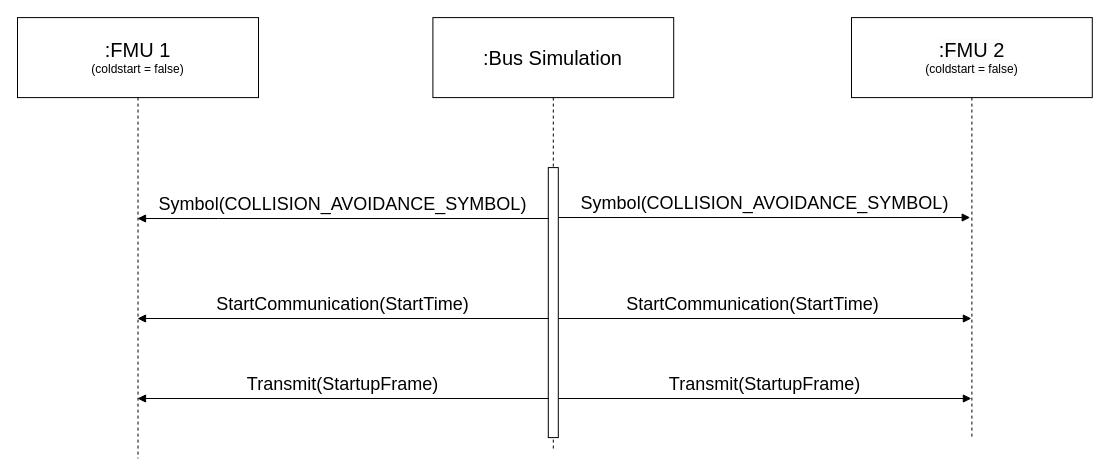
Above: docs/images/flexray_startup_coldstart_emulation.drawio in modelica/fmi-ls-bus (draw.io), before the change. Source tidied: cells renumbered, new cells numbered last; positions are measured from the earlier drawing's top-left corner, leaving out a move shared by most shapes. Both pictures are drawn from the tidied source at 100%, with x=0, y=0 at pixel (17, 17).
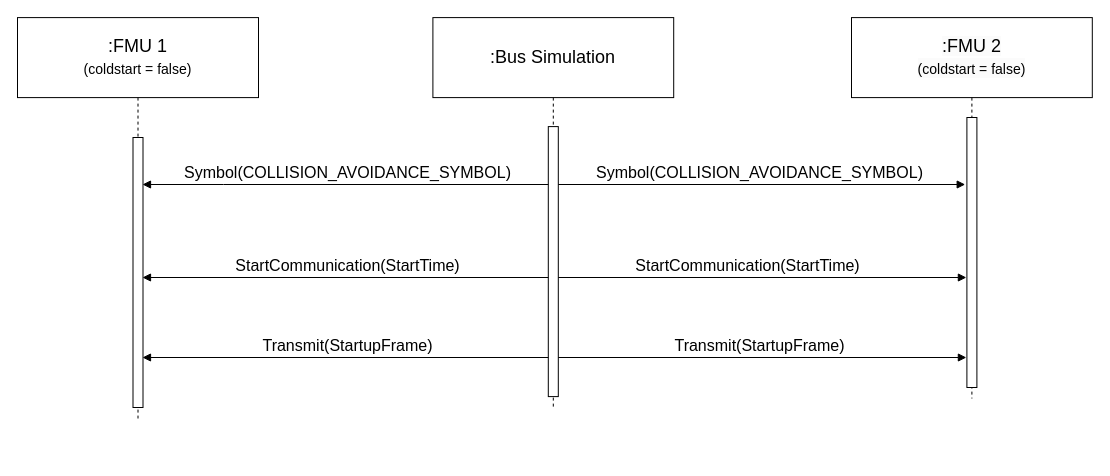
The same page after the edit.

Commit message (it also covers changes not shown here):
Fixing other FlexRay images

Change to the diagram source:
```diff
@@
-    <mxCell id="2" value="&lt;font style=&quot;&quot;&gt;&lt;span style=&quot;font-size: 20px;&quot;&gt;:FMU 1&lt;/span&gt;&lt;br&gt;&lt;font style=&quot;font-size: 12px;&quot;&gt;(coldstart = false)&lt;/font&gt;&lt;br&gt;&lt;/font&gt;" style="shape=umlLifeline;perimeter=lifelinePerimeter;whiteSpace=wrap;html=1;outlineConnect=0;portConstraint=eastwest;newEdgeStyle={&quot;curved&quot;:0,&quot;rounded&quot;:0};size=80;" parent="1" vertex="1">
-      <mxGeometry y="0.1" width="241" height="440.9" as="geometry" />
-    </mxCell>
-    <mxCell id="3" value="&lt;span style=&quot;color: rgb(0, 0, 0); font-family: Helvetica; font-size: 20px; font-style: normal; font-variant-ligatures: normal; font-variant-caps: normal; font-weight: 400; letter-spacing: normal; orphans: 2; text-align: center; text-indent: 0px; text-transform: none; widows: 2; word-spacing: 0px; -webkit-text-stroke-width: 0px; background-color: rgb(251, 251, 251); text-decoration-thickness: initial; text-decoration-style: initial; text-decoration-color: initial; float: none; display: inline !important;&quot;&gt;:FMU 2&lt;/span&gt;&lt;br style=&quot;border-color: var(--border-color); color: rgb(0, 0, 0); font-family: Helvetica; font-size: 20px; font-style: normal; font-variant-ligatures: normal; font-variant-caps: normal; font-weight: 400; letter-spacing: normal; orphans: 2; text-align: center; text-indent: 0px; text-transform: none; widows: 2; word-spacing: 0px; -webkit-text-stroke-width: 0px; background-color: rgb(251, 251, 251); text-decoration-thickness: initial; text-decoration-style: initial; text-decoration-color: initial;&quot;&gt;&lt;span style=&quot;color: rgb(0, 0, 0); font-family: Helvetica; font-style: normal; font-variant-ligatures: normal; font-variant-caps: normal; font-weight: 400; letter-spacing: normal; orphans: 2; text-align: center; text-indent: 0px; text-transform: none; widows: 2; word-spacing: 0px; -webkit-text-stroke-width: 0px; background-color: rgb(251, 251, 251); text-decoration-thickness: initial; text-decoration-style: initial; text-decoration-color: initial; float: none; display: inline !important;&quot;&gt;&lt;font style=&quot;font-size: 12px;&quot;&gt;(coldstart = false)&lt;/font&gt;&lt;/span&gt;" style="shape=umlLifeline;perimeter=lifelinePerimeter;whiteSpace=wrap;html=1;outlineConnect=0;portConstraint=eastwest;newEdgeStyle={&quot;curved&quot;:0,&quot;rounded&quot;:0};size=80;" parent="1" vertex="1">
-      <mxGeometry x="834" y="0.1" width="240.8" height="420.9" as="geometry" />
-    </mxCell>
-    <mxCell id="4" value="&lt;font style=&quot;font-size: 20px;&quot;&gt;:Bus Simulation&lt;/font&gt;" style="shape=umlLifeline;perimeter=lifelinePerimeter;whiteSpace=wrap;html=1;newEdgeStyle={&quot;curved&quot;:0,&quot;rounded&quot;:0};size=80;" parent="1" vertex="1">
-      <mxGeometry x="415.4" y="0.1" width="240.8" height="430.9" as="geometry" />
-    </mxCell>
-    <mxCell id="5" style="ellipse;whiteSpace=wrap;html=1;align=center;fillColor=none;strokeColor=none;perimeter=centerPerimeter;" parent="4" vertex="1">
-      <mxGeometry x="180.5" y="280" width="10" height="10" as="geometry" />
-    </mxCell>
-    <mxCell id="6" style="html=1;points=[[0,0,0,0,5],[0,1,0,0,-5],[1,0,0,0,5],[1,1,0,0,-5]];perimeter=orthogonalPerimeter;outlineConnect=0;targetShapes=umlLifeline;portConstraint=eastwest;newEdgeStyle={&quot;curved&quot;:0,&quot;rounded&quot;:0};fillColor=default;" parent="4" vertex="1">
-      <mxGeometry x="115.4" y="150" width="10" height="270" as="geometry" />
-    </mxCell>
-    <mxCell id="7" value="&lt;font style=&quot;font-size: 18px;&quot;&gt;Symbol(COLLISION_AVOIDANCE_SYMBOL)&lt;/font&gt;" style="html=1;verticalAlign=bottom;endArrow=block;curved=0;rounded=0;" parent="1" edge="1" target="2">
+    <mxCell id="7" value="&lt;font&gt;Symbol(COLLISION_AVOIDANCE_SYMBOL)&lt;/font&gt;" style="html=1;verticalAlign=bottom;endArrow=block;curved=0;rounded=0;fontSize=16;" parent="1" edge="1">
       <mxGeometry relative="1" as="geometry">
-        <mxPoint x="531" y="201" as="sourcePoint" />
+        <mxPoint x="536" y="167" as="sourcePoint" />
+        <mxPoint x="125" y="167" as="targetPoint" />
         <Array as="points">
-          <mxPoint x="201" y="201" />
+          <mxPoint x="206" y="167" />
         </Array>
       </mxGeometry>
     </mxCell>
-    <mxCell id="8" value="&lt;span style=&quot;font-size: 18px;&quot;&gt;Symbol(COLLISION_AVOIDANCE_SYMBOL)&lt;/span&gt;" style="html=1;verticalAlign=bottom;endArrow=block;curved=0;rounded=0;entryX=0.493;entryY=0.475;entryDx=0;entryDy=0;entryPerimeter=0;" parent="1" edge="1" source="6" target="3">
-      <mxGeometry relative="1" as="geometry" />
+    <mxCell id="8" value="&lt;span&gt;Symbol(COLLISION_AVOIDANCE_SYMBOL)&lt;/span&gt;" style="html=1;verticalAlign=bottom;endArrow=block;curved=0;rounded=0;entryX=0.493;entryY=0.475;entryDx=0;entryDy=0;entryPerimeter=0;fontSize=16;" parent="1" edge="1">
+      <mxGeometry relative="1" as="geometry">
+        <mxPoint x="535.8" y="167" as="sourcePoint" />
+        <mxPoint x="947.7" y="167" as="targetPoint" />
+      </mxGeometry>
     </mxCell>
-    <mxCell id="9" value="&lt;span style=&quot;font-size: 18px;&quot;&gt;StartCommunication(StartTime)&lt;/span&gt;" style="html=1;verticalAlign=bottom;endArrow=block;curved=0;rounded=0;" parent="1" edge="1" target="2">
+    <mxCell id="9" value="&lt;span&gt;StartCommunication(StartTime)&lt;/span&gt;" style="html=1;verticalAlign=bottom;endArrow=block;curved=0;rounded=0;fontSize=16;" parent="1" edge="1">
       <mxGeometry relative="1" as="geometry">
-        <mxPoint x="531" y="301" as="sourcePoint" />
+        <mxPoint x="536" y="260" as="sourcePoint" />
+        <mxPoint x="125" y="260" as="targetPoint" />
       </mxGeometry>
     </mxCell>
-    <mxCell id="10" value="&lt;span style=&quot;font-size: 18px;&quot;&gt;StartCommunication(StartTime)&lt;/span&gt;" style="html=1;verticalAlign=bottom;endArrow=block;curved=0;rounded=0;" parent="1" edge="1" target="3">
+    <mxCell id="10" value="&lt;span&gt;StartCommunication(StartTime)&lt;/span&gt;" style="html=1;verticalAlign=bottom;endArrow=block;curved=0;rounded=0;fontSize=16;" parent="1" edge="1">
       <mxGeometry x="-0.06" relative="1" as="geometry">
-        <mxPoint x="541" y="301" as="sourcePoint" />
+        <mxPoint x="536" y="260" as="sourcePoint" />
+        <mxPoint x="948.9" y="260" as="targetPoint" />
       </mxGeometry>
     </mxCell>
-    <mxCell id="11" value="&lt;span style=&quot;font-size: 18px;&quot;&gt;Transmit(StartupFrame)&lt;/span&gt;" style="html=1;verticalAlign=bottom;endArrow=block;curved=0;rounded=0;" parent="1" edge="1" target="2">
+    <mxCell id="11" value="&lt;span&gt;Transmit(StartupFrame)&lt;/span&gt;" style="html=1;verticalAlign=bottom;endArrow=block;curved=0;rounded=0;fontSize=16;" parent="1" edge="1">
       <mxGeometry relative="1" as="geometry">
-        <mxPoint x="531" y="381" as="sourcePoint" />
+        <mxPoint x="536" y="340" as="sourcePoint" />
+        <mxPoint x="125" y="340" as="targetPoint" />
       </mxGeometry>
     </mxCell>
-    <mxCell id="12" value="&lt;span style=&quot;font-size: 18px;&quot;&gt;Transmit(StartupFrame)&lt;/span&gt;" style="html=1;verticalAlign=bottom;endArrow=block;curved=0;rounded=0;startArrow=none;" parent="1" edge="1" target="3">
+    <mxCell id="12" value="&lt;span&gt;Transmit(StartupFrame)&lt;/span&gt;" style="html=1;verticalAlign=bottom;endArrow=block;curved=0;rounded=0;startArrow=none;fontSize=16;" parent="1" edge="1">
       <mxGeometry relative="1" as="geometry">
-        <mxPoint x="541" y="381" as="sourcePoint" />
+        <mxPoint x="536" y="340" as="sourcePoint" />
+        <mxPoint x="948.9" y="340" as="targetPoint" />
       </mxGeometry>
     </mxCell>
+    <mxCell id="2" value="&lt;font&gt;&lt;span&gt;:FMU 1&lt;/span&gt;&lt;br&gt;&lt;font style=&quot;font-size: 14px;&quot;&gt;(coldstart = false)&lt;/font&gt;&lt;br&gt;&lt;/font&gt;" style="shape=umlLifeline;perimeter=lifelinePerimeter;whiteSpace=wrap;html=1;outlineConnect=0;portConstraint=eastwest;newEdgeStyle={&quot;curved&quot;:0,&quot;rounded&quot;:0};size=80;fontSize=18;" parent="1" vertex="1">
+      <mxGeometry y="0.1" width="241" height="400.9" as="geometry" />
+    </mxCell>
+    <mxCell id="14" style="html=1;perimeter=orthogonalPerimeter;targetShapes=umlLifeline;newEdgeStyle={&quot;curved&quot;:0,&quot;rounded&quot;:0};fillColor=default;" parent="2" vertex="1">
+      <mxGeometry x="115.5" y="119.9" width="10" height="270" as="geometry" />
+    </mxCell>
+    <mxCell id="3" value="&lt;span style=&quot;color: rgb(0, 0, 0); font-family: Helvetica; font-style: normal; font-variant-ligatures: normal; font-variant-caps: normal; font-weight: 400; letter-spacing: normal; orphans: 2; text-align: center; text-indent: 0px; text-transform: none; widows: 2; word-spacing: 0px; -webkit-text-stroke-width: 0px; background-color: rgb(251, 251, 251); text-decoration-thickness: initial; text-decoration-style: initial; text-decoration-color: initial; float: none; display: inline !important;&quot;&gt;:FMU 2&lt;/span&gt;&lt;br style=&quot;border-color: var(--border-color); color: rgb(0, 0, 0); font-family: Helvetica; font-style: normal; font-variant-ligatures: normal; font-variant-caps: normal; font-weight: 400; letter-spacing: normal; orphans: 2; text-align: center; text-indent: 0px; text-transform: none; widows: 2; word-spacing: 0px; -webkit-text-stroke-width: 0px; background-color: rgb(251, 251, 251); text-decoration-thickness: initial; text-decoration-style: initial; text-decoration-color: initial;&quot;&gt;&lt;span style=&quot;color: rgb(0, 0, 0); font-family: Helvetica; font-style: normal; font-variant-ligatures: normal; font-variant-caps: normal; font-weight: 400; letter-spacing: normal; orphans: 2; text-align: center; text-indent: 0px; text-transform: none; widows: 2; word-spacing: 0px; -webkit-text-stroke-width: 0px; background-color: rgb(251, 251, 251); text-decoration-thickness: initial; text-decoration-style: initial; text-decoration-color: initial; float: none; display: inline !important;&quot;&gt;&lt;font style=&quot;font-size: 14px;&quot;&gt;(coldstart = false)&lt;/font&gt;&lt;/span&gt;" style="shape=umlLifeline;perimeter=lifelinePerimeter;whiteSpace=wrap;html=1;outlineConnect=0;portConstraint=eastwest;newEdgeStyle={&quot;curved&quot;:0,&quot;rounded&quot;:0};size=80;fontSize=18;" parent="1" vertex="1">
+      <mxGeometry x="834" y="0.1" width="240.8" height="380.9" as="geometry" />
+    </mxCell>
+    <mxCell id="15" style="html=1;perimeter=orthogonalPerimeter;targetShapes=umlLifeline;newEdgeStyle={&quot;curved&quot;:0,&quot;rounded&quot;:0};fillColor=default;" parent="3" vertex="1">
+      <mxGeometry x="115.4" y="99.9" width="10" height="270" as="geometry" />
+    </mxCell>
+    <mxCell id="4" value="&lt;font&gt;:Bus Simulation&lt;/font&gt;" style="shape=umlLifeline;perimeter=lifelinePerimeter;whiteSpace=wrap;html=1;newEdgeStyle={&quot;curved&quot;:0,&quot;rounded&quot;:0};size=80;fontSize=18;" parent="1" vertex="1">
+      <mxGeometry x="415.4" y="0.1" width="240.8" height="390.9" as="geometry" />
+    </mxCell>
+    <mxCell id="5" style="ellipse;whiteSpace=wrap;html=1;align=center;fillColor=none;strokeColor=none;perimeter=centerPerimeter;" parent="4" vertex="1">
+      <mxGeometry x="180.5" y="239" width="10" height="10" as="geometry" />
+    </mxCell>
+    <mxCell id="6" style="html=1;points=[[0,0,0,0,5],[0,1,0,0,-5],[1,0,0,0,5],[1,1,0,0,-5]];perimeter=orthogonalPerimeter;outlineConnect=0;targetShapes=umlLifeline;portConstraint=eastwest;newEdgeStyle={&quot;curved&quot;:0,&quot;rounded&quot;:0};fillColor=default;" parent="4" vertex="1">
+      <mxGeometry x="115.4" y="109" width="10" height="270" as="geometry" />
+    </mxCell>
     <mxCell id="13" style="html=1;verticalAlign=bottom;endArrow=none;curved=0;rounded=0;" parent="1" edge="1">
       <mxGeometry relative="1" as="geometry">
-        <mxPoint x="535.8" y="381" as="sourcePoint" />
-        <mxPoint x="535.8" y="381" as="targetPoint" />
+        <mxPoint x="535.8" y="340" as="sourcePoint" />
+        <mxPoint x="535.8" y="340" as="targetPoint" />
       </mxGeometry>
     </mxCell>
```
